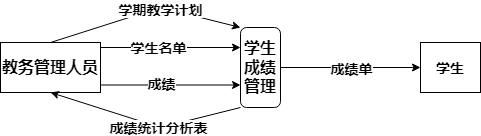
Before: 学生成绩管理系统顶层数据流图.png, a diagram exported from draw.io (Bruce-hub-arch/Diagrams). Source tidied: cells renumbered, new cells last; positions are measured from the earlier drawing's top-left corner, leaving out a move shared by most shapes.
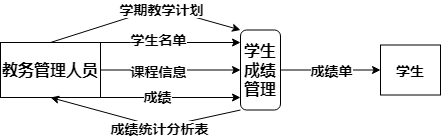
The same file after the commit.

Commit message:
已添加 学生成绩管理系统顶层数据流图.png

The edit, as a diff of the source:
```diff
@@ -2,38 +2,29 @@
   <root>
     <mxCell id="0" />
     <mxCell id="1" parent="0" />
-    <mxCell id="2" style="edgeStyle=orthogonalEdgeStyle;rounded=1;jettySize=auto;html=1;exitX=1;exitY=0.5;exitDx=0;exitDy=0;strokeColor=#000000;" parent="1" edge="1" source="4" target="8">
-      <mxGeometry relative="1" as="geometry" />
-    </mxCell>
-    <mxCell id="3" value="&lt;b&gt;&lt;font style=&quot;font-size: 14px&quot;&gt;成绩单&lt;/font&gt;&lt;/b&gt;" style="edgeLabel;html=1;align=center;verticalAlign=middle;" parent="2" vertex="1">
-      <mxGeometry x="-0.19" y="2" relative="1" as="geometry">
-        <mxPoint x="13" y="2" as="offset" />
-      </mxGeometry>
-    </mxCell>
     <mxCell id="4" value="&lt;b&gt;&lt;font style=&quot;font-size: 16px&quot;&gt;学生成绩管理&lt;/font&gt;&lt;/b&gt;" style="rounded=1;whiteSpace=wrap;html=1;" parent="1" vertex="1">
-      <mxGeometry x="240" y="20" width="40" height="80" as="geometry" />
+      <mxGeometry x="240" y="22.5" width="40" height="80" as="geometry" />
     </mxCell>
-    <mxCell id="5" style="edgeStyle=orthogonalEdgeStyle;rounded=0;jettySize=auto;html=1;exitX=1;exitY=0.25;exitDx=0;exitDy=0;strokeColor=#000000;" parent="1" edge="1" source="7">
-      <mxGeometry relative="1" as="geometry">
-        <mxPoint x="240" y="40" as="targetPoint" />
-        <Array as="points">
-          <mxPoint x="100" y="40" />
-          <mxPoint x="240" y="40" />
-        </Array>
-      </mxGeometry>
-    </mxCell>
+    <mxCell id="15" style="edgeStyle=orthogonalEdgeStyle;rounded=0;jettySize=auto;html=1;exitX=1;exitY=0;exitDx=0;exitDy=0;strokeColor=#000000;" parent="1" edge="1" source="7">
+      <mxGeometry relative="1" as="geometry">
+        <mxPoint x="240" y="35" as="targetPoint" />
+        <Array as="points">
+          <mxPoint x="130" y="35" />
+          <mxPoint x="130" y="35" />
+        </Array>
+      </mxGeometry>
+    </mxCell>
-    <mxCell id="6" value="&lt;b&gt;&lt;font style=&quot;font-size: 14px&quot;&gt;学生名单&lt;/font&gt;&lt;/b&gt;" style="edgeLabel;html=1;align=center;verticalAlign=middle;" parent="5" vertex="1">
-      <mxGeometry x="-0.13" y="1" relative="1" as="geometry" />
+    <mxCell id="6" value="&lt;b&gt;&lt;font style=&quot;font-size: 14px&quot;&gt;学生名单&lt;/font&gt;&lt;/b&gt;" style="edgeLabel;html=1;align=center;verticalAlign=middle;" parent="15" vertex="1">
+      <mxGeometry x="-0.18" y="4" relative="1" as="geometry" />
     </mxCell>
     <mxCell id="7" value="&lt;font style=&quot;font-size: 16px&quot;&gt;&lt;b&gt;教务管理人员&lt;/b&gt;&lt;/font&gt;" style="rounded=0;whiteSpace=wrap;html=1;" parent="1" vertex="1">
-      <mxGeometry y="35" width="100" height="50" as="geometry" />
+      <mxGeometry y="35" width="100" height="55" as="geometry" />
     </mxCell>
     <mxCell id="8" value="&lt;b&gt;&lt;font style=&quot;font-size: 14px&quot;&gt;学生&lt;/font&gt;&lt;/b&gt;" style="rounded=0;whiteSpace=wrap;html=1;" parent="1" vertex="1">
-      <mxGeometry x="420" y="35" width="60" height="50" as="geometry" />
+      <mxGeometry x="380" y="37.5" width="60" height="50" as="geometry" />
     </mxCell>
-    <mxCell id="9" style="endArrow=classic;html=1;exitX=0.5;exitY=0;exitDx=0;exitDy=0;rounded=1;strokeColor=#000000;" parent="1" edge="1" source="7">
+    <mxCell id="9" style="endArrow=classic;html=1;exitX=0.5;exitY=0;exitDx=0;exitDy=0;rounded=1;strokeColor=#000000;entryX=0;entryY=0;entryDx=0;entryDy=0;" parent="1" edge="1" source="7" target="4">
       <mxGeometry relative="1" as="geometry">
-        <mxPoint x="240" y="20" as="targetPoint" />
         <Array as="points">
           <mxPoint x="160" />
         </Array>
@@ -56,13 +47,11 @@
         <mxPoint x="14.7" y="4.7" as="offset" />
       </mxGeometry>
     </mxCell>
-    <mxCell id="13" style="edgeStyle=orthogonalEdgeStyle;rounded=0;orthogonalLoop=1;jettySize=auto;html=1;exitX=1;exitY=0.25;exitDx=0;exitDy=0;strokeColor=#000000;" parent="1" edge="1">
+    <mxCell id="13" style="edgeStyle=orthogonalEdgeStyle;rounded=0;jettySize=auto;html=1;exitX=1;exitY=0.75;exitDx=0;exitDy=0;strokeColor=#000000;" parent="1" edge="1" source="7">
       <mxGeometry relative="1" as="geometry">
-        <mxPoint x="100" y="85" as="sourcePoint" />
-        <mxPoint x="240" y="77.5" as="targetPoint" />
+        <mxPoint x="240" y="90" as="targetPoint" />
         <Array as="points">
-          <mxPoint x="100" y="77.5" />
-          <mxPoint x="240" y="77.5" />
+          <mxPoint x="100" y="90" />
         </Array>
       </mxGeometry>
     </mxCell>
@@ -71,5 +60,21 @@
         <mxPoint y="1" as="offset" />
       </mxGeometry>
     </mxCell>
+    <mxCell id="16" style="endArrow=classic;html=1;strokeColor=#000000;exitX=1;exitY=0.5;exitDx=0;exitDy=0;entryX=0;entryY=0.5;entryDx=0;entryDy=0;" parent="1" edge="1" source="7" target="4">
+      <mxGeometry relative="1" as="geometry" />
+    </mxCell>
+    <mxCell id="17" value="&lt;b&gt;&lt;font style=&quot;font-size: 14px&quot;&gt;课程信息&lt;/font&gt;&lt;/b&gt;" style="edgeLabel;html=1;align=center;verticalAlign=middle;" parent="16" vertex="1">
+      <mxGeometry x="-0.18" relative="1" as="geometry">
+        <mxPoint y="1" as="offset" />
+      </mxGeometry>
+    </mxCell>
+    <mxCell id="2" style="endArrow=classic;html=1;strokeColor=#000000;exitX=1;exitY=0.5;exitDx=0;exitDy=0;entryX=0;entryY=0.5;entryDx=0;entryDy=0;" parent="1" edge="1" source="4" target="8">
+      <mxGeometry relative="1" as="geometry" />
+    </mxCell>
+    <mxCell id="3" value="&lt;b&gt;&lt;font style=&quot;font-size: 14px&quot;&gt;成绩单&lt;/font&gt;&lt;/b&gt;" style="edgeLabel;html=1;align=center;verticalAlign=middle;" parent="2" vertex="1">
+      <mxGeometry x="-0.24" y="1" relative="1" as="geometry">
+        <mxPoint x="12" y="1" as="offset" />
+      </mxGeometry>
+    </mxCell>
   </root>
 </mxGraphModel>
```
